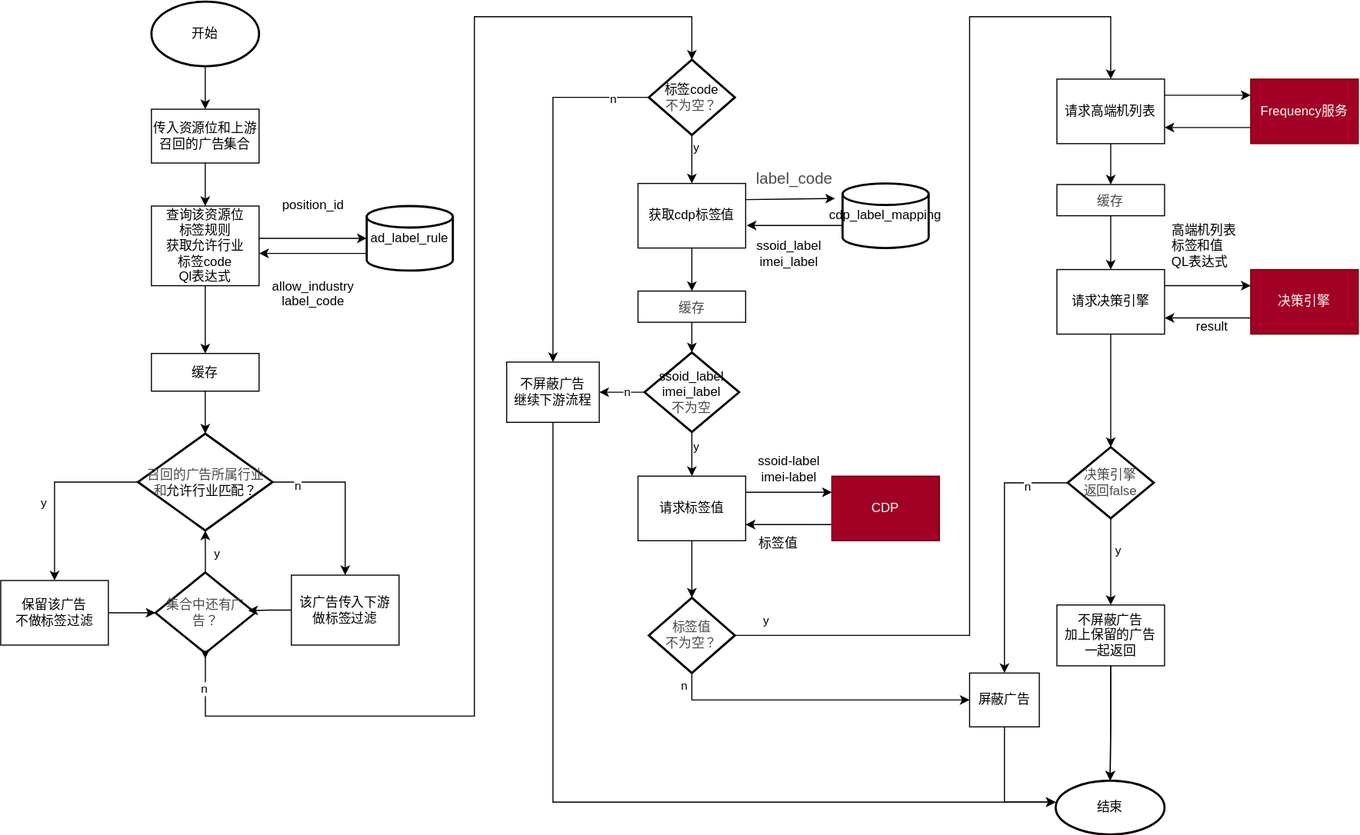
This is high-end-filter.svg from WorryFreeCafe/diagram, a draw.io export, as it was before one commit. Source tidied: cells renumbered, new cells last; positions are measured from the earlier drawing's top-left corner, leaving out a move shared by most shapes.
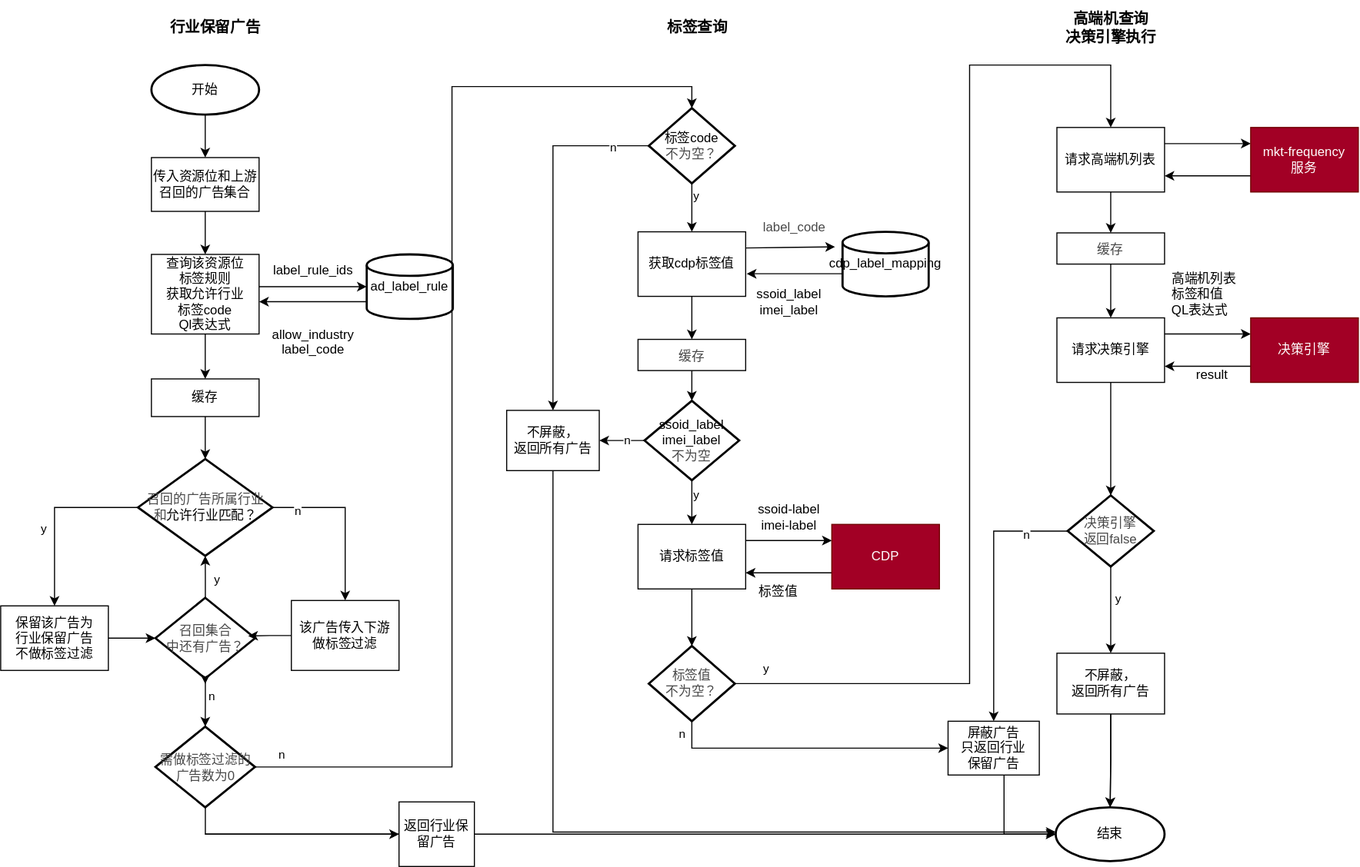
After the commit.

The edit, as a diff of the source:
```diff
@@ -20,7 +20,7 @@
       <mxGeometry relative="1" as="geometry" />
     </mxCell>
     <mxCell id="6" value="开始" style="strokeWidth=2;html=1;shape=mxgraph.flowchart.start_1;whiteSpace=wrap;" parent="1" vertex="1">
-      <mxGeometry x="140" width="100" height="60" as="geometry" />
+      <mxGeometry x="140" y="14" width="100" height="46" as="geometry" />
     </mxCell>
     <mxCell id="7" style="edgeStyle=orthogonalEdgeStyle;rounded=0;jettySize=auto;html=1;entryX=0.5;entryY=0;entryDx=0;entryDy=0;" parent="1" edge="1" source="8" target="4">
       <mxGeometry relative="1" as="geometry" />
@@ -56,16 +56,16 @@
       </mxGeometry>
     </mxCell>
     <mxCell id="15" value="&lt;span style=&quot;background-color: initial; color: rgb(73, 73, 73);&quot;&gt;召回的广告所属行业&lt;br&gt;和&lt;/span&gt;允许行业匹配？" style="strokeWidth=2;html=1;shape=mxgraph.flowchart.decision;whiteSpace=wrap;" parent="1" vertex="1">
-      <mxGeometry x="127.5" y="401.5" width="125" height="90" as="geometry" />
+      <mxGeometry x="127.5" y="380.2" width="125" height="90" as="geometry" />
     </mxCell>
-    <mxCell id="16" value="保留该广告&lt;br&gt;不做标签过滤" style="rounded=0;whiteSpace=wrap;html=1;" parent="1" vertex="1">
-      <mxGeometry y="538" width="100" height="60" as="geometry" />
+    <mxCell id="16" value="保留该广告为&lt;br&gt;行业保留广告&lt;br&gt;不做标签过滤" style="rounded=0;whiteSpace=wrap;html=1;" parent="1" vertex="1">
+      <mxGeometry y="516.8" width="100" height="60" as="geometry" />
     </mxCell>
     <mxCell id="17" value="该广告传入下游&lt;br&gt;做标签过滤" style="rounded=0;whiteSpace=wrap;html=1;" parent="1" vertex="1">
-      <mxGeometry x="270" y="533" width="100" height="65" as="geometry" />
+      <mxGeometry x="270" y="511.8" width="100" height="65" as="geometry" />
     </mxCell>
-    <mxCell id="18" value="&lt;font color=&quot;#494949&quot;&gt;集合中还有广告？&lt;/font&gt;" style="strokeWidth=2;html=1;shape=mxgraph.flowchart.decision;whiteSpace=wrap;" parent="1" vertex="1">
-      <mxGeometry x="143.8" y="530.5" width="92.5" height="75" as="geometry" />
+    <mxCell id="18" value="&lt;font color=&quot;#494949&quot;&gt;召回集合&lt;br&gt;中还有广告？&lt;/font&gt;" style="strokeWidth=2;html=1;shape=mxgraph.flowchart.decision;whiteSpace=wrap;" parent="1" vertex="1">
+      <mxGeometry x="143.8" y="509.2" width="92.5" height="75" as="geometry" />
     </mxCell>
     <mxCell id="19" style="edgeStyle=orthogonalEdgeStyle;rounded=0;jettySize=auto;html=1;entryX=0.5;entryY=1;entryDx=0;entryDy=0;entryPerimeter=0;" parent="1" edge="1" source="18" target="15">
       <mxGeometry relative="1" as="geometry" />
@@ -80,14 +80,14 @@
     </mxCell>
     <mxCell id="22" style="edgeStyle=orthogonalEdgeStyle;rounded=0;jettySize=auto;html=1;exitX=0.5;exitY=1;exitDx=0;exitDy=0;exitPerimeter=0;entryX=0.5;entryY=0;entryDx=0;entryDy=0;entryPerimeter=0;" parent="1" edge="1" source="18">
       <mxGeometry relative="1" as="geometry">
-        <mxPoint x="190" y="610.5" as="targetPoint" />
+        <mxPoint x="190" y="589.2" as="targetPoint" />
       </mxGeometry>
     </mxCell>
     <mxCell id="23" style="edgeStyle=orthogonalEdgeStyle;rounded=0;jettySize=auto;html=1;entryX=0.932;entryY=0.473;entryDx=0;entryDy=0;entryPerimeter=0;" parent="1" edge="1" source="17" target="18">
       <mxGeometry relative="1" as="geometry" />
     </mxCell>
-    <mxCell id="24" value="position_id" style="text;html=1;align=center;verticalAlign=middle;strokeColor=none;fillColor=none;" parent="1" vertex="1">
-      <mxGeometry x="250" y="174" width="80" height="30" as="geometry" />
+    <mxCell id="24" value="label_rule_ids" style="text;html=1;align=center;verticalAlign=middle;strokeColor=none;fillColor=none;" parent="1" vertex="1">
+      <mxGeometry x="240" y="190" width="100" height="30" as="geometry" />
     </mxCell>
     <mxCell id="25" value="allow_industry&lt;br&gt;label_code&lt;div&gt;&lt;br/&gt;&lt;/div&gt;" style="text;html=1;align=center;verticalAlign=middle;strokeColor=none;fillColor=none;" parent="1" vertex="1">
       <mxGeometry x="240" y="249" width="100" height="60" as="geometry" />
@@ -102,7 +102,7 @@
       <mxGeometry x="592" y="441" width="100" height="60" as="geometry" />
     </mxCell>
     <mxCell id="29" value="结束" style="strokeWidth=2;html=1;shape=mxgraph.flowchart.start_1;whiteSpace=wrap;" parent="1" vertex="1">
-      <mxGeometry x="980" y="724" width="101.1" height="50" as="geometry" />
+      <mxGeometry x="980" y="704" width="101.1" height="50" as="geometry" />
     </mxCell>
     <mxCell id="30" style="edgeStyle=orthogonalEdgeStyle;rounded=0;jettySize=auto;html=1;" parent="1" edge="1" source="47" target="32">
       <mxGeometry relative="1" as="geometry" />
@@ -126,8 +126,8 @@
         </Array>
       </mxGeometry>
     </mxCell>
-    <mxCell id="36" value="&lt;span style=&quot;color: rgb(73, 73, 73); font-size: 14.6667px;&quot;&gt;label_code&lt;/span&gt;" style="text;html=1;align=center;verticalAlign=middle;strokeColor=none;fillColor=none;" parent="1" vertex="1">
-      <mxGeometry x="692" y="150" width="90" height="30" as="geometry" />
+    <mxCell id="36" value="&lt;span style=&quot;color: rgb(73, 73, 73);&quot;&gt;&lt;font style=&quot;font-size: 12px;&quot;&gt;label_code&lt;/font&gt;&lt;/span&gt;" style="text;html=1;align=center;verticalAlign=middle;strokeColor=none;fillColor=none;" parent="1" vertex="1">
+      <mxGeometry x="697" y="150" width="80" height="30" as="geometry" />
     </mxCell>
     <mxCell id="37" value="ssoid_label&lt;br&gt;imei_label" style="text;html=1;align=center;verticalAlign=middle;strokeColor=none;fillColor=none;" parent="1" vertex="1">
       <mxGeometry x="692" y="214" width="80" height="40" as="geometry" />
@@ -136,7 +136,7 @@
       <mxGeometry relative="1" as="geometry" />
     </mxCell>
     <mxCell id="39" value="缓存" style="rounded=0;whiteSpace=wrap;html=1;" parent="1" vertex="1">
-      <mxGeometry x="140" y="327" width="100" height="35" as="geometry" />
+      <mxGeometry x="140" y="305.8" width="100" height="35" as="geometry" />
     </mxCell>
     <mxCell id="40" style="edgeStyle=orthogonalEdgeStyle;rounded=0;jettySize=auto;html=1;" parent="1" edge="1" source="44" target="54">
       <mxGeometry relative="1" as="geometry">
@@ -194,8 +194,8 @@
     <mxCell id="53" value="标签值" style="text;html=1;align=center;verticalAlign=middle;strokeColor=none;fillColor=none;" parent="1" vertex="1">
       <mxGeometry x="692" y="489" width="60" height="30" as="geometry" />
     </mxCell>
-    <mxCell id="54" value="屏蔽广告" style="rounded=0;whiteSpace=wrap;html=1;" parent="1" vertex="1">
-      <mxGeometry x="900" y="624" width="64.8" height="50" as="geometry" />
+    <mxCell id="54" value="屏蔽广告&lt;br&gt;只返回行业&lt;br&gt;保留广告" style="rounded=0;whiteSpace=wrap;html=1;" parent="1" vertex="1">
+      <mxGeometry x="880" y="624" width="84.8" height="50" as="geometry" />
     </mxCell>
     <mxCell id="55" style="edgeStyle=orthogonalEdgeStyle;rounded=0;jettySize=auto;html=1;entryX=0.5;entryY=0;entryDx=0;entryDy=0;entryPerimeter=0;" parent="1" edge="1" source="28" target="44">
       <mxGeometry relative="1" as="geometry" />
@@ -212,7 +212,7 @@
     <mxCell id="59" style="edgeStyle=orthogonalEdgeStyle;rounded=0;jettySize=auto;html=1;exitX=0;exitY=0.75;exitDx=0;exitDy=0;entryX=1;entryY=0.75;entryDx=0;entryDy=0;" parent="1" edge="1" source="60" target="58">
       <mxGeometry relative="1" as="geometry" />
     </mxCell>
-    <mxCell id="60" value="Frequency服务" style="rounded=0;whiteSpace=wrap;html=1;fillColor=#a20025;fontColor=#ffffff;strokeColor=#6F0000;" parent="1" vertex="1">
+    <mxCell id="60" value="mkt-frequency&lt;br&gt;服务" style="rounded=0;whiteSpace=wrap;html=1;fillColor=#a20025;fontColor=#ffffff;strokeColor=#6F0000;" parent="1" vertex="1">
       <mxGeometry x="1161.1" y="72" width="100" height="60" as="geometry" />
     </mxCell>
     <mxCell id="61" value="&lt;span&gt;&lt;p style=&quot;line-height: 100%; margin-bottom: 0pt; margin-top: 0pt; color: rgb(73, 73, 73);&quot; class=&quot;ql-direction-ltr ql-long-256386&quot;&gt;&lt;span style=&quot;&quot; class=&quot;ql-author-256386&quot;&gt;&lt;font style=&quot;font-size: 12px;&quot;&gt;缓存&lt;/font&gt;&lt;/span&gt;&lt;/p&gt;&lt;/span&gt;" style="rounded=0;whiteSpace=wrap;html=1;" parent="1" vertex="1">
@@ -257,7 +257,7 @@
     <mxCell id="74" style="edgeStyle=orthogonalEdgeStyle;rounded=0;jettySize=auto;html=1;" parent="1" edge="1" source="75" target="29">
       <mxGeometry relative="1" as="geometry" />
     </mxCell>
-    <mxCell id="75" value="不屏蔽广告&lt;br&gt;加上保留的广告&lt;br&gt;一起返回" style="rounded=0;whiteSpace=wrap;html=1;" parent="1" vertex="1">
+    <mxCell id="75" value="不屏蔽，&lt;br&gt;&lt;span style=&quot;background-color: initial;&quot;&gt;返回&lt;/span&gt;所有广告" style="rounded=0;whiteSpace=wrap;html=1;" parent="1" vertex="1">
       <mxGeometry x="981.1" y="560.8" width="100" height="56.5" as="geometry" />
     </mxCell>
     <mxCell id="76" style="edgeStyle=orthogonalEdgeStyle;rounded=0;jettySize=auto;html=1;entryX=0.5;entryY=0;entryDx=0;entryDy=0;entryPerimeter=0;" parent="1" edge="1" source="64" target="73">
@@ -269,18 +269,20 @@
     <mxCell id="78" style="edgeStyle=orthogonalEdgeStyle;rounded=0;jettySize=auto;html=1;" parent="1" edge="1" source="54" target="29">
       <mxGeometry relative="1" as="geometry">
         <Array as="points">
-          <mxPoint x="932" y="744" />
+          <mxPoint x="932" y="729" />
         </Array>
       </mxGeometry>
     </mxCell>
-    <mxCell id="79" style="edgeStyle=orthogonalEdgeStyle;rounded=0;jettySize=auto;html=1;exitX=0.5;exitY=1;exitDx=0;exitDy=0;" parent="1" edge="1" source="80" target="29">
+    <mxCell id="79" style="edgeStyle=orthogonalEdgeStyle;rounded=0;orthogonalLoop=1;jettySize=auto;html=1;exitX=0.5;exitY=1;exitDx=0;exitDy=0;" parent="1" edge="1">
       <mxGeometry relative="1" as="geometry">
+        <mxPoint x="513" y="374" as="sourcePoint" />
+        <mxPoint x="980" y="727" as="targetPoint" />
         <Array as="points">
-          <mxPoint x="513" y="744" />
+          <mxPoint x="513" y="727" />
         </Array>
       </mxGeometry>
     </mxCell>
-    <mxCell id="80" value="不屏蔽广告&lt;br&gt;继续下游流程" style="rounded=0;whiteSpace=wrap;html=1;" parent="1" vertex="1">
+    <mxCell id="80" value="不屏蔽，&lt;br&gt;&lt;span style=&quot;background-color: initial;&quot;&gt;返回&lt;/span&gt;所有广告" style="rounded=0;whiteSpace=wrap;html=1;" parent="1" vertex="1">
       <mxGeometry x="470" y="335" width="86" height="56" as="geometry" />
     </mxCell>
     <mxCell id="81" value="&lt;span&gt;&lt;p style=&quot;line-height: 100%; margin-bottom: 0pt; margin-top: 0pt; color: rgb(73, 73, 73);&quot; class=&quot;ql-direction-ltr ql-long-256386&quot;&gt;&lt;span style=&quot;&quot; class=&quot;ql-author-256386&quot;&gt;&lt;font style=&quot;font-size: 12px;&quot;&gt;缓存&lt;/font&gt;&lt;/span&gt;&lt;/p&gt;&lt;/span&gt;" style="rounded=0;whiteSpace=wrap;html=1;" parent="1" vertex="1">
@@ -298,20 +300,51 @@
     <mxCell id="85" value="&lt;div&gt;&lt;span style=&quot;white-space: nowrap;&quot;&gt;ssoid_label&lt;/span&gt;&lt;br style=&quot;white-space: nowrap;&quot;&gt;&lt;span style=&quot;white-space: nowrap;&quot;&gt;imei_label&lt;br&gt;&lt;/span&gt;&lt;font color=&quot;#494949&quot;&gt;不为空&lt;/font&gt;&lt;/div&gt;" style="strokeWidth=2;html=1;shape=mxgraph.flowchart.decision;whiteSpace=wrap;" parent="1" vertex="1">
       <mxGeometry x="598" y="326" width="88" height="74" as="geometry" />
     </mxCell>
-    <mxCell id="86" style="edgeStyle=orthogonalEdgeStyle;rounded=0;jettySize=auto;html=1;entryX=0.5;entryY=0;entryDx=0;entryDy=0;entryPerimeter=0;" parent="1" edge="1" source="18" target="47">
-      <mxGeometry relative="1" as="geometry">
-        <Array as="points">
-          <mxPoint x="190" y="664" />
-          <mxPoint x="440" y="664" />
-          <mxPoint x="440" y="14" />
-          <mxPoint x="642" y="14" />
-        </Array>
-      </mxGeometry>
-    </mxCell>
-    <mxCell id="87" value="n" style="edgeLabel;html=1;align=center;verticalAlign=middle;" parent="86" vertex="1">
-      <mxGeometry x="-0.94" y="-2" relative="1" as="geometry">
-        <mxPoint y="-1" as="offset" />
-      </mxGeometry>
-    </mxCell>
+    <mxCell id="88" value="&lt;b&gt;&lt;font style=&quot;font-size: 14px;&quot;&gt;行业保留广告&lt;/font&gt;&lt;/b&gt;" style="text;html=1;align=center;verticalAlign=middle;strokeColor=none;fillColor=none;" parent="1" vertex="1">
+      <mxGeometry x="143.8" y="-36" width="110" height="30" as="geometry" />
+    </mxCell>
+    <mxCell id="89" value="&lt;span style=&quot;color: rgba(0, 0, 0, 0); font-family: monospace; font-size: 0px; text-align: start;&quot;&gt;%3CmxGraphModel%3E%3Croot%3E%3CmxCell%20id%3D%220%22%2F%3E%3CmxCell%20id%3D%221%22%20parent%3D%220%22%2F%3E%3CmxCell%20id%3D%222%22%20value%3D%22%26lt%3Bb%26gt%3B%26lt%3Bfont%20style%3D%26quot%3Bfont-size%3A%2014px%3B%26quot%3B%26gt%3B%E8%A1%8C%E4%B8%9A%E4%BF%9D%E7%95%99%E5%B9%BF%E5%91%8A%26lt%3B%2Ffont%26gt%3B%26lt%3B%2Fb%26gt%3B%22%20style%3D%22text%3Bhtml%3D1%3Balign%3Dcenter%3BverticalAlign%3Dmiddle%3Bresizable%3D0%3Bpoints%3D%5B%5D%3Bautosize%3D1%3BstrokeColor%3Dnone%3BfillColor%3Dnone%3B%22%20vertex%3D%221%22%20parent%3D%221%22%3E%3CmxGeometry%20x%3D%2220%22%20y%3D%22146%22%20width%3D%22110%22%20height%3D%2230%22%20as%3D%22geometry%22%2F%3E%3C%2FmxCell%3E%3C%2Froot%3E%3C%2FmxGraphModel%3E&lt;/span&gt;" style="text;html=1;align=center;verticalAlign=middle;strokeColor=none;fillColor=none;" parent="1" vertex="1">
+      <mxGeometry x="750" y="72" width="20" height="30" as="geometry" />
+    </mxCell>
+    <mxCell id="90" value="&lt;b&gt;&lt;font style=&quot;font-size: 14px;&quot;&gt;标签查询&lt;/font&gt;&lt;/b&gt;" style="text;html=1;align=center;verticalAlign=middle;strokeColor=none;fillColor=none;" parent="1" vertex="1">
+      <mxGeometry x="607" y="-36" width="80" height="30" as="geometry" />
+    </mxCell>
+    <mxCell id="91" value="&lt;b&gt;&lt;font style=&quot;font-size: 14px;&quot;&gt;高端机查询&lt;br&gt;决策引擎执行&lt;/font&gt;&lt;/b&gt;" style="text;html=1;align=center;verticalAlign=middle;strokeColor=none;fillColor=none;" parent="1" vertex="1">
+      <mxGeometry x="976.1" y="-46" width="110" height="50" as="geometry" />
+    </mxCell>
+    <mxCell id="92" style="edgeStyle=orthogonalEdgeStyle;rounded=0;jettySize=auto;html=1;" parent="1" edge="1" source="99" target="29">
+      <mxGeometry relative="1" as="geometry">
+        <Array as="points">
+          <mxPoint x="190" y="729" />
+        </Array>
+      </mxGeometry>
+    </mxCell>
+    <mxCell id="93" value="&lt;font color=&quot;#494949&quot;&gt;需做标签过滤的广告数为0&lt;/font&gt;" style="strokeWidth=2;html=1;shape=mxgraph.flowchart.decision;whiteSpace=wrap;" parent="1" vertex="1">
+      <mxGeometry x="143.8" y="629" width="92.5" height="75" as="geometry" />
+    </mxCell>
+    <mxCell id="94" style="edgeStyle=orthogonalEdgeStyle;rounded=0;jettySize=auto;html=1;entryX=0.5;entryY=0;entryDx=0;entryDy=0;entryPerimeter=0;" parent="1" edge="1" source="18" target="93">
+      <mxGeometry relative="1" as="geometry" />
+    </mxCell>
+    <mxCell id="95" value="n" style="edgeLabel;html=1;align=center;verticalAlign=middle;" parent="94" vertex="1">
+      <mxGeometry x="-0.29" y="5" relative="1" as="geometry" />
+    </mxCell>
+    <mxCell id="96" style="edgeStyle=orthogonalEdgeStyle;rounded=0;jettySize=auto;html=1;entryX=0.5;entryY=0;entryDx=0;entryDy=0;entryPerimeter=0;" parent="1" edge="1" source="93" target="47">
+      <mxGeometry relative="1" as="geometry" />
+    </mxCell>
+    <mxCell id="97" value="n" style="edgeLabel;html=1;align=center;verticalAlign=middle;" parent="96" vertex="1">
+      <mxGeometry x="-0.91" relative="1" as="geometry">
+        <mxPoint x="-23" y="-12" as="offset" />
+      </mxGeometry>
+    </mxCell>
+    <mxCell id="98" style="edgeStyle=orthogonalEdgeStyle;rounded=0;jettySize=auto;html=1;" parent="1" edge="1" source="93" target="99">
+      <mxGeometry relative="1" as="geometry">
+        <Array as="points">
+          <mxPoint x="190" y="729" />
+        </Array>
+      </mxGeometry>
+    </mxCell>
+    <mxCell id="99" value="返回行业保留广告" style="whiteSpace=wrap;html=1;" parent="1" vertex="1">
+      <mxGeometry x="370" y="699" width="70" height="60" as="geometry" />
+    </mxCell>
   </root>
 </mxGraphModel>
```
